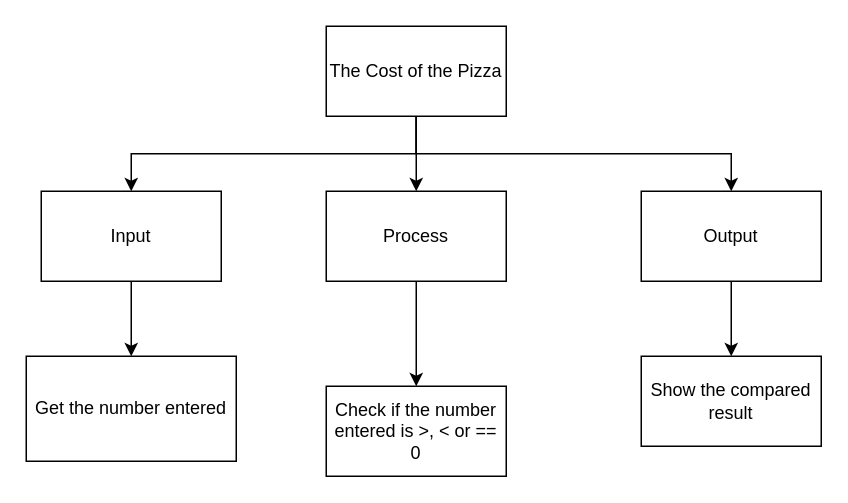
Yiyun-Qin/ICS3U-Unit3-07-Python keeps this draw.io diagram as design.top-down.drawio. Above is the earlier version. Source tidied: cells renumbered, new cells numbered last; positions are measured from the earlier drawing's top-left corner, leaving out a move shared by most shapes. Both pictures are drawn from the tidied source at 150%, with x=0, y=0 at pixel (26, 26).
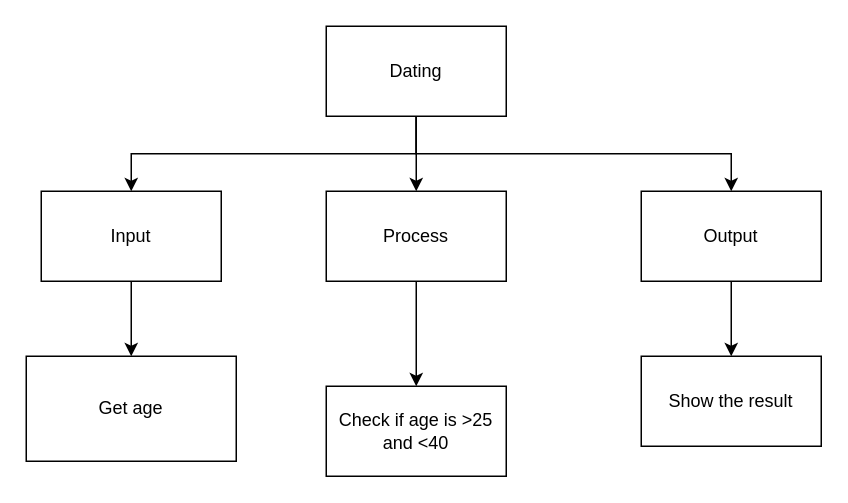
After the change.

Change to the diagram source:
```diff
@@
 <mxGraphModel>
   <root>
     <mxCell id="0" />
     <mxCell id="1" parent="0" />
     <mxCell id="2" style="edgeStyle=orthogonalEdgeStyle;html=1;exitX=0.5;exitY=1;exitDx=0;exitDy=0;entryX=0.5;entryY=0;entryDx=0;entryDy=0;rounded=0;" parent="1" edge="1" source="5" target="7">
       <mxGeometry relative="1" as="geometry" />
     </mxCell>
     <mxCell id="3" style="edgeStyle=orthogonalEdgeStyle;rounded=0;html=1;exitX=0.5;exitY=1;exitDx=0;exitDy=0;entryX=0.5;entryY=0;entryDx=0;entryDy=0;" parent="1" edge="1" source="5" target="9">
       <mxGeometry relative="1" as="geometry" />
     </mxCell>
     <mxCell id="4" style="edgeStyle=orthogonalEdgeStyle;rounded=0;html=1;exitX=0.5;exitY=1;exitDx=0;exitDy=0;entryX=0.5;entryY=0;entryDx=0;entryDy=0;" parent="1" edge="1" source="5" target="11">
       <mxGeometry relative="1" as="geometry" />
     </mxCell>
-    <mxCell id="5" value="The Cost of the Pizza" style="rounded=0;whiteSpace=wrap;html=1;" parent="1" vertex="1">
+    <mxCell id="5" value="Dating" style="rounded=0;whiteSpace=wrap;html=1;" parent="1" vertex="1">
       <mxGeometry x="200" width="120" height="60" as="geometry" />
     </mxCell>
     <mxCell id="6" style="edgeStyle=orthogonalEdgeStyle;rounded=0;html=1;exitX=0.5;exitY=1;exitDx=0;exitDy=0;entryX=0.5;entryY=0;entryDx=0;entryDy=0;" parent="1" edge="1" source="7" target="12">
       <mxGeometry relative="1" as="geometry" />
     </mxCell>
     <mxCell id="7" value="Input" style="rounded=0;whiteSpace=wrap;html=1;" parent="1" vertex="1">
       <mxGeometry x="10" y="110" width="120" height="60" as="geometry" />
     </mxCell>
     <mxCell id="8" style="edgeStyle=orthogonalEdgeStyle;rounded=0;html=1;exitX=0.5;exitY=1;exitDx=0;exitDy=0;entryX=0.5;entryY=0;entryDx=0;entryDy=0;" parent="1" edge="1" source="9" target="13">
       <mxGeometry relative="1" as="geometry" />
     </mxCell>
     <mxCell id="9" value="Process" style="rounded=0;whiteSpace=wrap;html=1;" parent="1" vertex="1">
       <mxGeometry x="200" y="110" width="120" height="60" as="geometry" />
     </mxCell>
     <mxCell id="10" style="edgeStyle=orthogonalEdgeStyle;rounded=0;html=1;exitX=0.5;exitY=1;exitDx=0;exitDy=0;entryX=0.5;entryY=0;entryDx=0;entryDy=0;" parent="1" edge="1" source="11" target="14">
       <mxGeometry relative="1" as="geometry" />
     </mxCell>
     <mxCell id="11" value="Output" style="rounded=0;whiteSpace=wrap;html=1;" parent="1" vertex="1">
       <mxGeometry x="410" y="110" width="120" height="60" as="geometry" />
     </mxCell>
-    <mxCell id="12" value="Get the number entered" style="rounded=0;whiteSpace=wrap;html=1;" parent="1" vertex="1">
+    <mxCell id="12" value="Get age" style="rounded=0;whiteSpace=wrap;html=1;" parent="1" vertex="1">
       <mxGeometry y="220" width="140" height="70" as="geometry" />
     </mxCell>
-    <mxCell id="13" value="Check if the number entered is &amp;gt;, &amp;lt; or == 0" style="rounded=0;whiteSpace=wrap;html=1;" parent="1" vertex="1">
+    <mxCell id="13" value="Check if age is &amp;gt;25 and &amp;lt;40" style="rounded=0;whiteSpace=wrap;html=1;" parent="1" vertex="1">
       <mxGeometry x="200" y="240" width="120" height="60" as="geometry" />
     </mxCell>
-    <mxCell id="14" value="Show the compared result" style="rounded=0;whiteSpace=wrap;html=1;" parent="1" vertex="1">
+    <mxCell id="14" value="Show the result" style="rounded=0;whiteSpace=wrap;html=1;" parent="1" vertex="1">
       <mxGeometry x="410" y="220" width="120" height="60" as="geometry" />
     </mxCell>
   </root>
 </mxGraphModel>
```
